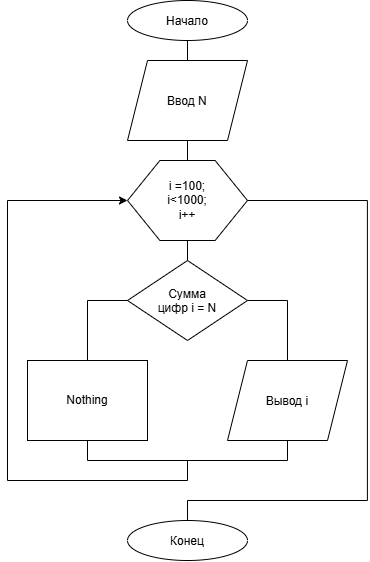
Above: task2/for_second_block.drawio.png in Arisu-py/Python_cycles_var5 (draw.io), before the change. Source tidied: cells renumbered, new cells last; positions are measured from the earlier drawing's top-left corner, leaving out a move shared by most shapes.
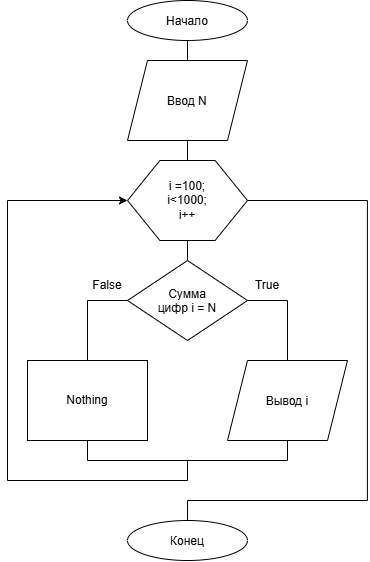
After the commit.

What changed in the source:
```diff
@@ -75,5 +75,11 @@
     <mxCell id="17" value="Конец" style="ellipse;whiteSpace=wrap;html=1;shapeInside=1;" parent="1" vertex="1">
       <mxGeometry x="120" y="520" width="120" height="40" as="geometry" />
     </mxCell>
+    <mxCell id="18" value="True" style="text;html=1;whiteSpace=wrap;strokeColor=none;fillColor=none;align=center;verticalAlign=middle;rounded=0;" parent="1" vertex="1">
+      <mxGeometry x="230" y="270" width="60" height="30" as="geometry" />
+    </mxCell>
+    <mxCell id="19" value="False" style="text;html=1;whiteSpace=wrap;strokeColor=none;fillColor=none;align=center;verticalAlign=middle;rounded=0;" parent="1" vertex="1">
+      <mxGeometry x="70" y="270" width="60" height="30" as="geometry" />
+    </mxCell>
   </root>
 </mxGraphModel>
```
